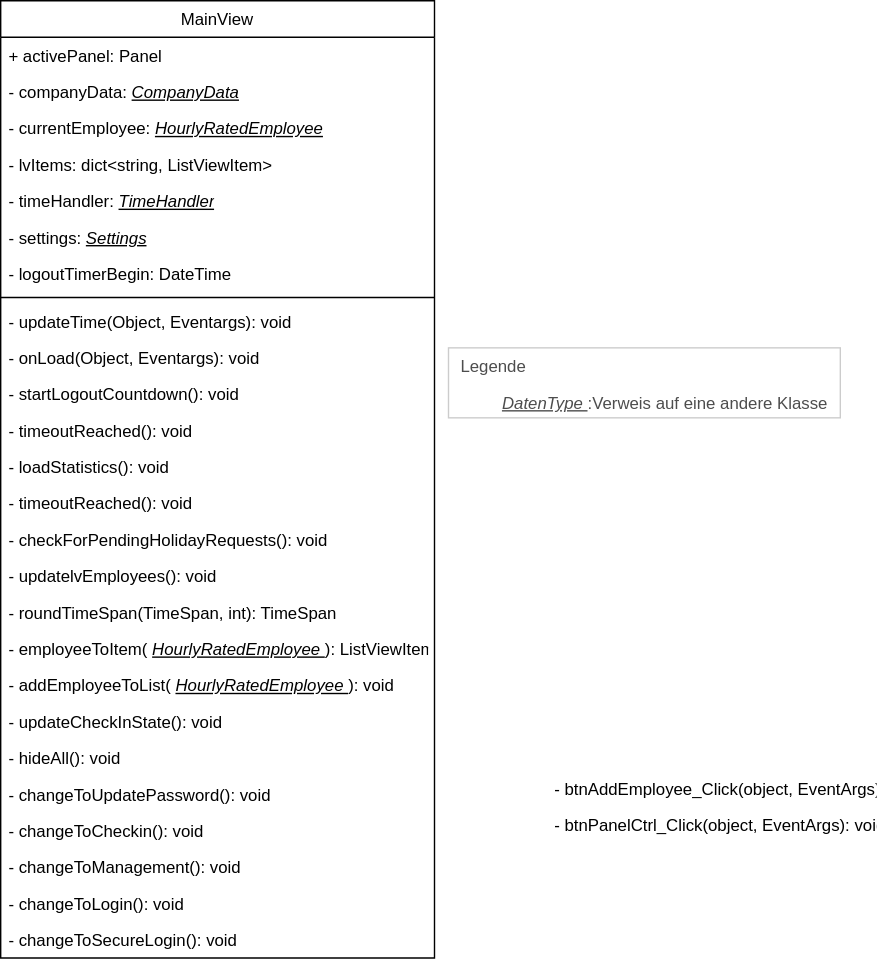
Earlier version of the draw.io export classdiagramm_pl_bak.drawio.svg (leon2225/Mitarbeiterverwaltung). Source tidied: cells renumbered, new cells last; positions are measured from the earlier drawing's top-left corner, leaving out a move shared by most shapes. Source of this version:
```xml
<mxGraphModel>
  <root>
    <mxCell id="0" />
    <mxCell id="1" parent="0" />
    <mxCell id="2" style="group;" parent="1" vertex="1">
      <mxGeometry x="320" y="248" width="280" height="50" as="geometry" />
    </mxCell>
    <mxCell id="3" value="Legende" style="html=1;fontColor=#4D4D4D;align=left;verticalAlign=top;opacity=20;spacingLeft=7;" parent="2" vertex="1">
      <mxGeometry width="280" height="50" as="geometry" />
    </mxCell>
    <mxCell id="4" value="&lt;u style=&quot;font-style: italic&quot;&gt;DatenType&amp;nbsp;&lt;/u&gt;:Verweis auf eine andere Klasse" style="text;html=1;strokeColor=none;fillColor=none;align=center;verticalAlign=middle;whiteSpace=wrap;rounded=0;fontColor=#4D4D4D;" parent="2" vertex="1">
      <mxGeometry x="30" y="30" width="250" height="20" as="geometry" />
    </mxCell>
    <mxCell id="5" value="MainView" style="swimlane;fontStyle=0;horizontal=1;startSize=26;fillColor=none;" parent="1" vertex="1">
      <mxGeometry width="310" height="684" as="geometry" />
    </mxCell>
    <mxCell id="6" value="+ activePanel: Panel" style="text;strokeColor=none;fillColor=none;align=left;verticalAlign=top;spacingLeft=4;spacingRight=4;overflow=hidden;" parent="5" vertex="1">
      <mxGeometry y="26" width="310" height="26" as="geometry" />
    </mxCell>
    <mxCell id="7" value="- companyData: &lt;i&gt;&lt;u&gt;CompanyData&lt;/u&gt;&lt;/i&gt;" style="text;strokeColor=none;fillColor=none;align=left;verticalAlign=top;spacingLeft=4;spacingRight=4;overflow=hidden;html=1;" parent="5" vertex="1">
      <mxGeometry y="52" width="310" height="26" as="geometry" />
    </mxCell>
    <mxCell id="8" value="- currentEmployee: &lt;i&gt;&lt;u&gt;HourlyRatedEmployee&lt;/u&gt;&lt;/i&gt;" style="text;strokeColor=none;fillColor=none;align=left;verticalAlign=top;spacingLeft=4;spacingRight=4;overflow=hidden;html=1;" parent="5" vertex="1">
      <mxGeometry y="78" width="310" height="26" as="geometry" />
    </mxCell>
    <mxCell id="9" value="- lvItems: dict&lt;string, ListViewItem&gt;" style="text;strokeColor=none;fillColor=none;align=left;verticalAlign=top;spacingLeft=4;spacingRight=4;overflow=hidden;" parent="5" vertex="1">
      <mxGeometry y="104" width="310" height="26" as="geometry" />
    </mxCell>
    <mxCell id="10" value="- timeHandler: &lt;i&gt;&lt;u&gt;TimeHandler&lt;/u&gt;&lt;/i&gt;" style="text;strokeColor=none;fillColor=none;align=left;verticalAlign=top;spacingLeft=4;spacingRight=4;overflow=hidden;html=1;" parent="5" vertex="1">
      <mxGeometry y="130" width="310" height="26" as="geometry" />
    </mxCell>
    <mxCell id="11" value="- settings: &lt;i&gt;&lt;u&gt;Settings&lt;/u&gt;&lt;/i&gt;" style="text;strokeColor=none;fillColor=none;align=left;verticalAlign=top;spacingLeft=4;spacingRight=4;overflow=hidden;html=1;" parent="5" vertex="1">
      <mxGeometry y="156" width="310" height="26" as="geometry" />
    </mxCell>
    <mxCell id="12" value="- logoutTimerBegin: DateTime" style="text;strokeColor=none;fillColor=none;align=left;verticalAlign=top;spacingLeft=4;spacingRight=4;overflow=hidden;" parent="5" vertex="1">
      <mxGeometry y="182" width="310" height="26" as="geometry" />
    </mxCell>
    <mxCell id="13" style="line;strokeWidth=1;fillColor=none;align=left;verticalAlign=middle;spacingTop=-1;spacingLeft=3;spacingRight=3;labelPosition=right;" parent="5" vertex="1">
      <mxGeometry y="208" width="310" height="8" as="geometry" />
    </mxCell>
    <mxCell id="14" value="- updateTime(Object, Eventargs): void" style="text;strokeColor=none;fillColor=none;align=left;verticalAlign=top;spacingLeft=4;spacingRight=4;overflow=hidden;" parent="5" vertex="1">
      <mxGeometry y="216" width="310" height="26" as="geometry" />
    </mxCell>
    <mxCell id="15" value="- onLoad(Object, Eventargs): void" style="text;strokeColor=none;fillColor=none;align=left;verticalAlign=top;spacingLeft=4;spacingRight=4;overflow=hidden;" parent="5" vertex="1">
      <mxGeometry y="242" width="310" height="26" as="geometry" />
    </mxCell>
    <mxCell id="16" value="- startLogoutCountdown(): void" style="text;strokeColor=none;fillColor=none;align=left;verticalAlign=top;spacingLeft=4;spacingRight=4;overflow=hidden;" parent="5" vertex="1">
      <mxGeometry y="268" width="310" height="26" as="geometry" />
    </mxCell>
    <mxCell id="17" value="- timeoutReached(): void" style="text;strokeColor=none;fillColor=none;align=left;verticalAlign=top;spacingLeft=4;spacingRight=4;overflow=hidden;" parent="5" vertex="1">
      <mxGeometry y="294" width="310" height="26" as="geometry" />
    </mxCell>
    <mxCell id="18" value="- loadStatistics(): void" style="text;strokeColor=none;fillColor=none;align=left;verticalAlign=top;spacingLeft=4;spacingRight=4;overflow=hidden;" parent="5" vertex="1">
      <mxGeometry y="320" width="310" height="26" as="geometry" />
    </mxCell>
    <mxCell id="19" value="- timeoutReached(): void" style="text;strokeColor=none;fillColor=none;align=left;verticalAlign=top;spacingLeft=4;spacingRight=4;overflow=hidden;" parent="5" vertex="1">
      <mxGeometry y="346" width="310" height="26" as="geometry" />
    </mxCell>
    <mxCell id="20" value="- checkForPendingHolidayRequests(): void" style="text;strokeColor=none;fillColor=none;align=left;verticalAlign=top;spacingLeft=4;spacingRight=4;overflow=hidden;" parent="5" vertex="1">
      <mxGeometry y="372" width="310" height="26" as="geometry" />
    </mxCell>
    <mxCell id="21" value="- updatelvEmployees(): void" style="text;strokeColor=none;fillColor=none;align=left;verticalAlign=top;spacingLeft=4;spacingRight=4;overflow=hidden;" parent="5" vertex="1">
      <mxGeometry y="398" width="310" height="26" as="geometry" />
    </mxCell>
    <mxCell id="22" value="- roundTimeSpan(TimeSpan, int): TimeSpan" style="text;strokeColor=none;fillColor=none;align=left;verticalAlign=top;spacingLeft=4;spacingRight=4;overflow=hidden;" parent="5" vertex="1">
      <mxGeometry y="424" width="310" height="26" as="geometry" />
    </mxCell>
    <mxCell id="23" value="- employeeToItem(&lt;i&gt;&lt;u&gt;HourlyRatedEmployee&lt;/u&gt;&lt;/i&gt;): ListViewItem&amp;nbsp;" style="text;strokeColor=none;fillColor=none;align=left;verticalAlign=top;spacingLeft=4;spacingRight=4;overflow=hidden;html=1;" parent="5" vertex="1">
      <mxGeometry y="450" width="310" height="26" as="geometry" />
    </mxCell>
    <mxCell id="24" value="-&amp;nbsp;addEmployeeToList(&lt;i&gt;&lt;u&gt;HourlyRatedEmployee&lt;/u&gt;&lt;/i&gt;): void" style="text;strokeColor=none;fillColor=none;align=left;verticalAlign=top;spacingLeft=4;spacingRight=4;overflow=hidden;html=1;" parent="5" vertex="1">
      <mxGeometry y="476" width="310" height="26" as="geometry" />
    </mxCell>
    <mxCell id="25" value="- updateCheckInState(): void" style="text;strokeColor=none;fillColor=none;align=left;verticalAlign=top;spacingLeft=4;spacingRight=4;overflow=hidden;" parent="5" vertex="1">
      <mxGeometry y="502" width="310" height="26" as="geometry" />
    </mxCell>
    <mxCell id="26" value="- hideAll(): void" style="text;strokeColor=none;fillColor=none;align=left;verticalAlign=top;spacingLeft=4;spacingRight=4;overflow=hidden;" parent="5" vertex="1">
      <mxGeometry y="528" width="310" height="26" as="geometry" />
    </mxCell>
    <mxCell id="27" value="- changeToUpdatePassword(): void" style="text;strokeColor=none;fillColor=none;align=left;verticalAlign=top;spacingLeft=4;spacingRight=4;overflow=hidden;" parent="5" vertex="1">
      <mxGeometry y="554" width="310" height="26" as="geometry" />
    </mxCell>
    <mxCell id="28" value="- changeToCheckin(): void" style="text;strokeColor=none;fillColor=none;align=left;verticalAlign=top;spacingLeft=4;spacingRight=4;overflow=hidden;" parent="5" vertex="1">
      <mxGeometry y="580" width="310" height="26" as="geometry" />
    </mxCell>
    <mxCell id="29" value="- changeToManagement(): void" style="text;strokeColor=none;fillColor=none;align=left;verticalAlign=top;spacingLeft=4;spacingRight=4;overflow=hidden;" parent="5" vertex="1">
      <mxGeometry y="606" width="310" height="26" as="geometry" />
    </mxCell>
    <mxCell id="30" value="- changeToLogin(): void" style="text;strokeColor=none;fillColor=none;align=left;verticalAlign=top;spacingLeft=4;spacingRight=4;overflow=hidden;" parent="5" vertex="1">
      <mxGeometry y="632" width="310" height="26" as="geometry" />
    </mxCell>
    <mxCell id="31" value="- changeToSecureLogin(): void" style="text;strokeColor=none;fillColor=none;align=left;verticalAlign=top;spacingLeft=4;spacingRight=4;overflow=hidden;" parent="5" vertex="1">
      <mxGeometry y="658" width="310" height="26" as="geometry" />
    </mxCell>
    <mxCell id="32" value="- btnAddEmployee_Click(object, EventArgs): void" style="text;strokeColor=none;fillColor=none;align=left;verticalAlign=top;spacingLeft=4;spacingRight=4;overflow=hidden;" parent="1" vertex="1">
      <mxGeometry x="390" y="550" width="240" height="26" as="geometry" />
    </mxCell>
    <mxCell id="33" value="- btnPanelCtrl_Click(object, EventArgs): void" style="text;strokeColor=none;fillColor=none;align=left;verticalAlign=top;spacingLeft=4;spacingRight=4;overflow=hidden;" parent="1" vertex="1">
      <mxGeometry x="390" y="576" width="240" height="26" as="geometry" />
    </mxCell>
  </root>
</mxGraphModel>
```
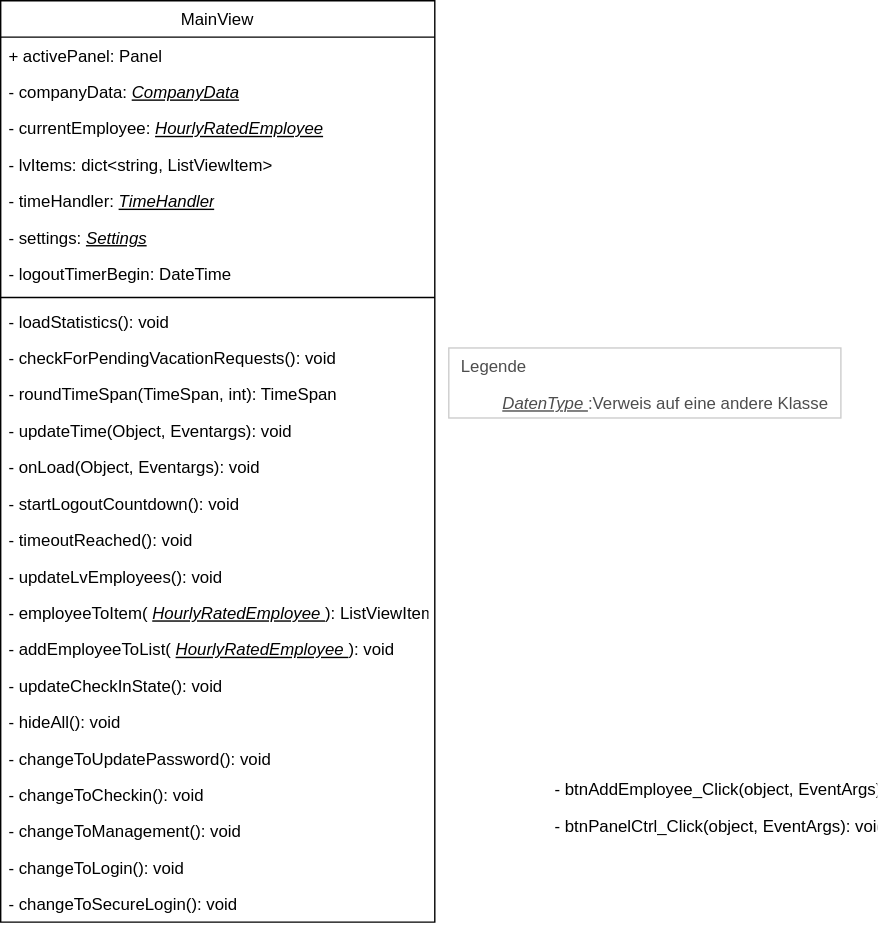
Later version of the same file.

Commit message:
Finalize presentation layer classdiagram

What changed in the source:
```diff
@@ -12,7 +12,7 @@
       <mxGeometry x="30" y="30" width="250" height="20" as="geometry" />
     </mxCell>
     <mxCell id="5" value="MainView" style="swimlane;fontStyle=0;horizontal=1;startSize=26;fillColor=none;" parent="1" vertex="1">
-      <mxGeometry width="310" height="684" as="geometry" />
+      <mxGeometry width="310" height="658" as="geometry" />
     </mxCell>
     <mxCell id="6" value="+ activePanel: Panel" style="text;strokeColor=none;fillColor=none;align=left;verticalAlign=top;spacingLeft=4;spacingRight=4;overflow=hidden;" parent="5" vertex="1">
       <mxGeometry y="26" width="310" height="26" as="geometry" />
@@ -38,59 +38,56 @@
     <mxCell id="13" style="line;strokeWidth=1;fillColor=none;align=left;verticalAlign=middle;spacingTop=-1;spacingLeft=3;spacingRight=3;labelPosition=right;" parent="5" vertex="1">
       <mxGeometry y="208" width="310" height="8" as="geometry" />
     </mxCell>
+    <mxCell id="18" value="- loadStatistics(): void" style="text;strokeColor=none;fillColor=none;align=left;verticalAlign=top;spacingLeft=4;spacingRight=4;overflow=hidden;" parent="5" vertex="1">
+      <mxGeometry y="216" width="310" height="26" as="geometry" />
+    </mxCell>
+    <mxCell id="20" value="- checkForPendingVacationRequests(): void" style="text;strokeColor=none;fillColor=none;align=left;verticalAlign=top;spacingLeft=4;spacingRight=4;overflow=hidden;" parent="5" vertex="1">
+      <mxGeometry y="242" width="310" height="26" as="geometry" />
+    </mxCell>
+    <mxCell id="22" value="- roundTimeSpan(TimeSpan, int): TimeSpan" style="text;strokeColor=none;fillColor=none;align=left;verticalAlign=top;spacingLeft=4;spacingRight=4;overflow=hidden;" parent="5" vertex="1">
+      <mxGeometry y="268" width="310" height="26" as="geometry" />
+    </mxCell>
     <mxCell id="14" value="- updateTime(Object, Eventargs): void" style="text;strokeColor=none;fillColor=none;align=left;verticalAlign=top;spacingLeft=4;spacingRight=4;overflow=hidden;" parent="5" vertex="1">
-      <mxGeometry y="216" width="310" height="26" as="geometry" />
+      <mxGeometry y="294" width="310" height="26" as="geometry" />
     </mxCell>
     <mxCell id="15" value="- onLoad(Object, Eventargs): void" style="text;strokeColor=none;fillColor=none;align=left;verticalAlign=top;spacingLeft=4;spacingRight=4;overflow=hidden;" parent="5" vertex="1">
-      <mxGeometry y="242" width="310" height="26" as="geometry" />
+      <mxGeometry y="320" width="310" height="26" as="geometry" />
     </mxCell>
     <mxCell id="16" value="- startLogoutCountdown(): void" style="text;strokeColor=none;fillColor=none;align=left;verticalAlign=top;spacingLeft=4;spacingRight=4;overflow=hidden;" parent="5" vertex="1">
-      <mxGeometry y="268" width="310" height="26" as="geometry" />
+      <mxGeometry y="346" width="310" height="26" as="geometry" />
     </mxCell>
     <mxCell id="17" value="- timeoutReached(): void" style="text;strokeColor=none;fillColor=none;align=left;verticalAlign=top;spacingLeft=4;spacingRight=4;overflow=hidden;" parent="5" vertex="1">
-      <mxGeometry y="294" width="310" height="26" as="geometry" />
+      <mxGeometry y="372" width="310" height="26" as="geometry" />
     </mxCell>
-    <mxCell id="18" value="- loadStatistics(): void" style="text;strokeColor=none;fillColor=none;align=left;verticalAlign=top;spacingLeft=4;spacingRight=4;overflow=hidden;" parent="5" vertex="1">
-      <mxGeometry y="320" width="310" height="26" as="geometry" />
-    </mxCell>
-    <mxCell id="19" value="- timeoutReached(): void" style="text;strokeColor=none;fillColor=none;align=left;verticalAlign=top;spacingLeft=4;spacingRight=4;overflow=hidden;" parent="5" vertex="1">
-      <mxGeometry y="346" width="310" height="26" as="geometry" />
-    </mxCell>
-    <mxCell id="20" value="- checkForPendingHolidayRequests(): void" style="text;strokeColor=none;fillColor=none;align=left;verticalAlign=top;spacingLeft=4;spacingRight=4;overflow=hidden;" parent="5" vertex="1">
-      <mxGeometry y="372" width="310" height="26" as="geometry" />
-    </mxCell>
-    <mxCell id="21" value="- updatelvEmployees(): void" style="text;strokeColor=none;fillColor=none;align=left;verticalAlign=top;spacingLeft=4;spacingRight=4;overflow=hidden;" parent="5" vertex="1">
+    <mxCell id="21" value="- updateLvEmployees(): void" style="text;strokeColor=none;fillColor=none;align=left;verticalAlign=top;spacingLeft=4;spacingRight=4;overflow=hidden;" parent="5" vertex="1">
       <mxGeometry y="398" width="310" height="26" as="geometry" />
     </mxCell>
-    <mxCell id="22" value="- roundTimeSpan(TimeSpan, int): TimeSpan" style="text;strokeColor=none;fillColor=none;align=left;verticalAlign=top;spacingLeft=4;spacingRight=4;overflow=hidden;" parent="5" vertex="1">
-      <mxGeometry y="424" width="310" height="26" as="geometry" />
-    </mxCell>
     <mxCell id="23" value="- employeeToItem(&lt;i&gt;&lt;u&gt;HourlyRatedEmployee&lt;/u&gt;&lt;/i&gt;): ListViewItem&amp;nbsp;" style="text;strokeColor=none;fillColor=none;align=left;verticalAlign=top;spacingLeft=4;spacingRight=4;overflow=hidden;html=1;" parent="5" vertex="1">
-      <mxGeometry y="450" width="310" height="26" as="geometry" />
+      <mxGeometry y="424" width="310" height="26" as="geometry" />
     </mxCell>
     <mxCell id="24" value="-&amp;nbsp;addEmployeeToList(&lt;i&gt;&lt;u&gt;HourlyRatedEmployee&lt;/u&gt;&lt;/i&gt;): void" style="text;strokeColor=none;fillColor=none;align=left;verticalAlign=top;spacingLeft=4;spacingRight=4;overflow=hidden;html=1;" parent="5" vertex="1">
-      <mxGeometry y="476" width="310" height="26" as="geometry" />
+      <mxGeometry y="450" width="310" height="26" as="geometry" />
     </mxCell>
     <mxCell id="25" value="- updateCheckInState(): void" style="text;strokeColor=none;fillColor=none;align=left;verticalAlign=top;spacingLeft=4;spacingRight=4;overflow=hidden;" parent="5" vertex="1">
-      <mxGeometry y="502" width="310" height="26" as="geometry" />
+      <mxGeometry y="476" width="310" height="26" as="geometry" />
     </mxCell>
     <mxCell id="26" value="- hideAll(): void" style="text;strokeColor=none;fillColor=none;align=left;verticalAlign=top;spacingLeft=4;spacingRight=4;overflow=hidden;" parent="5" vertex="1">
-      <mxGeometry y="528" width="310" height="26" as="geometry" />
+      <mxGeometry y="502" width="310" height="26" as="geometry" />
     </mxCell>
     <mxCell id="27" value="- changeToUpdatePassword(): void" style="text;strokeColor=none;fillColor=none;align=left;verticalAlign=top;spacingLeft=4;spacingRight=4;overflow=hidden;" parent="5" vertex="1">
-      <mxGeometry y="554" width="310" height="26" as="geometry" />
+      <mxGeometry y="528" width="310" height="26" as="geometry" />
     </mxCell>
     <mxCell id="28" value="- changeToCheckin(): void" style="text;strokeColor=none;fillColor=none;align=left;verticalAlign=top;spacingLeft=4;spacingRight=4;overflow=hidden;" parent="5" vertex="1">
-      <mxGeometry y="580" width="310" height="26" as="geometry" />
+      <mxGeometry y="554" width="310" height="26" as="geometry" />
     </mxCell>
     <mxCell id="29" value="- changeToManagement(): void" style="text;strokeColor=none;fillColor=none;align=left;verticalAlign=top;spacingLeft=4;spacingRight=4;overflow=hidden;" parent="5" vertex="1">
-      <mxGeometry y="606" width="310" height="26" as="geometry" />
+      <mxGeometry y="580" width="310" height="26" as="geometry" />
     </mxCell>
     <mxCell id="30" value="- changeToLogin(): void" style="text;strokeColor=none;fillColor=none;align=left;verticalAlign=top;spacingLeft=4;spacingRight=4;overflow=hidden;" parent="5" vertex="1">
-      <mxGeometry y="632" width="310" height="26" as="geometry" />
+      <mxGeometry y="606" width="310" height="26" as="geometry" />
     </mxCell>
     <mxCell id="31" value="- changeToSecureLogin(): void" style="text;strokeColor=none;fillColor=none;align=left;verticalAlign=top;spacingLeft=4;spacingRight=4;overflow=hidden;" parent="5" vertex="1">
-      <mxGeometry y="658" width="310" height="26" as="geometry" />
+      <mxGeometry y="632" width="310" height="26" as="geometry" />
     </mxCell>
     <mxCell id="32" value="- btnAddEmployee_Click(object, EventArgs): void" style="text;strokeColor=none;fillColor=none;align=left;verticalAlign=top;spacingLeft=4;spacingRight=4;overflow=hidden;" parent="1" vertex="1">
       <mxGeometry x="390" y="550" width="240" height="26" as="geometry" />
```
